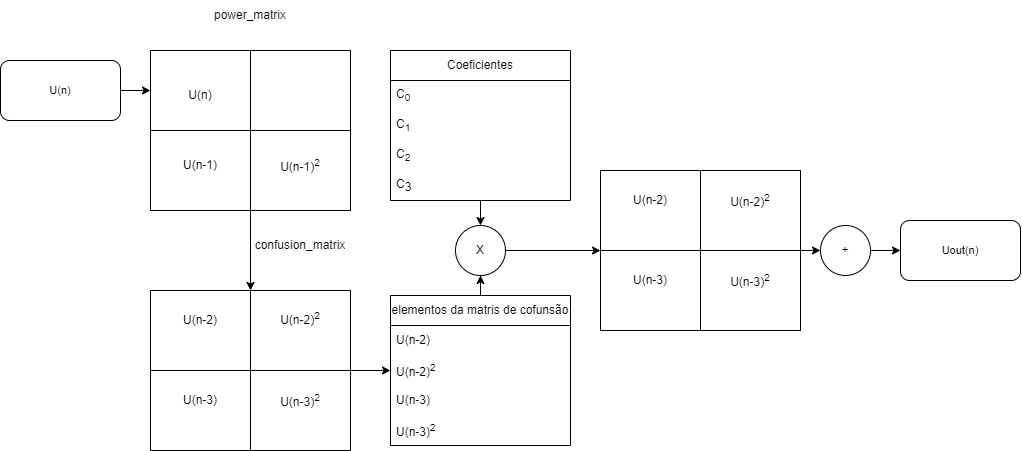
Earlier version of the draw.io export arquivos/TCC/TCC/Figuras/fluxo_de_calculo.png (Je-Leo-AS/Docs). Source tidied: cells renumbered, new cells last; positions are measured from the earlier drawing's top-left corner, leaving out a move shared by most shapes.
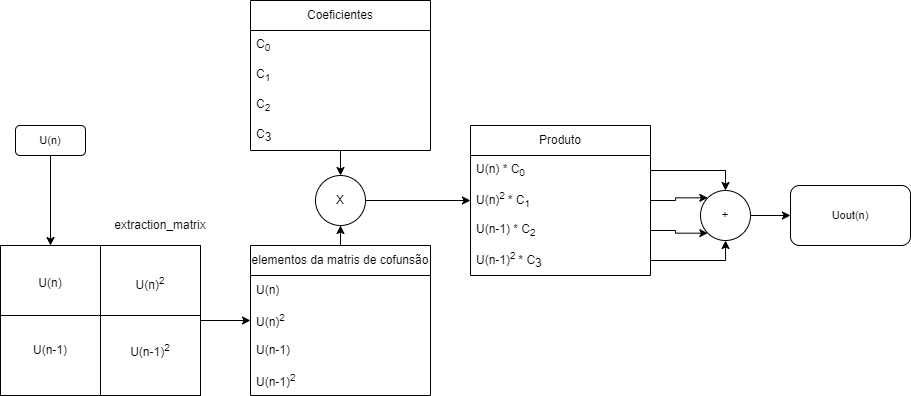
Above is the later version.

What changed in the source:
```diff
@@ -2,47 +2,29 @@
   <root>
     <mxCell id="0" />
     <mxCell id="1" parent="0" />
-    <mxCell id="2" style="edgeStyle=orthogonalEdgeStyle;rounded=0;jettySize=auto;html=1;exitX=0.5;exitY=1;exitDx=0;exitDy=0;entryX=0.5;entryY=0;entryDx=0;entryDy=0;" parent="1" edge="1" source="3" target="9">
-      <mxGeometry relative="1" as="geometry" />
-    </mxCell>
-    <mxCell id="3" style="shape=internalStorage;whiteSpace=wrap;html=1;backgroundOutline=1;dx=100;dy=80;" parent="1" vertex="1">
-      <mxGeometry x="150" y="50" width="200" height="160" as="geometry" />
-    </mxCell>
-    <mxCell id="4" value="U(n)" style="text;html=1;align=center;verticalAlign=middle;whiteSpace=wrap;rounded=0;" parent="1" vertex="1">
-      <mxGeometry x="170" y="80" width="60" height="30" as="geometry" />
-    </mxCell>
-    <mxCell id="5" value="U(n-1)" style="text;html=1;align=center;verticalAlign=middle;whiteSpace=wrap;rounded=0;" parent="1" vertex="1">
-      <mxGeometry x="170" y="150" width="60" height="30" as="geometry" />
-    </mxCell>
-    <mxCell id="6" value="U(n-1)&lt;sup&gt;2&lt;/sup&gt;" style="text;html=1;align=center;verticalAlign=middle;whiteSpace=wrap;rounded=0;" parent="1" vertex="1">
-      <mxGeometry x="270" y="150" width="60" height="30" as="geometry" />
-    </mxCell>
-    <mxCell id="7" value="power_matrix" style="text;html=1;align=center;verticalAlign=middle;whiteSpace=wrap;rounded=0;" parent="1" vertex="1">
-      <mxGeometry x="220" width="60" height="30" as="geometry" />
-    </mxCell>
-    <mxCell id="8" style="edgeStyle=orthogonalEdgeStyle;rounded=0;jettySize=auto;html=1;entryX=0;entryY=0.5;entryDx=0;entryDy=0;exitX=1;exitY=0.5;exitDx=0;exitDy=0;" parent="1" edge="1" source="9" target="19">
+    <mxCell id="8" style="edgeStyle=orthogonalEdgeStyle;rounded=0;jettySize=auto;html=1;" parent="1" edge="1" source="9" target="19">
       <mxGeometry relative="1" as="geometry" />
     </mxCell>
-    <mxCell id="9" style="shape=internalStorage;whiteSpace=wrap;html=1;backgroundOutline=1;dx=100;dy=80;" parent="1" vertex="1">
-      <mxGeometry x="150" y="290" width="200" height="160" as="geometry" />
+    <mxCell id="9" style="shape=internalStorage;whiteSpace=wrap;html=1;backgroundOutline=1;dx=100;dy=70;" parent="1" vertex="1">
+      <mxGeometry x="140" y="295" width="200" height="150" as="geometry" />
     </mxCell>
-    <mxCell id="10" value="confusion_matrix" style="text;html=1;align=center;verticalAlign=middle;whiteSpace=wrap;rounded=0;" parent="1" vertex="1">
-      <mxGeometry x="270" y="230" width="60" height="30" as="geometry" />
+    <mxCell id="10" value="extraction_matrix" style="text;html=1;align=center;verticalAlign=middle;whiteSpace=wrap;rounded=0;" parent="1" vertex="1">
+      <mxGeometry x="270" y="260" width="60" height="30" as="geometry" />
     </mxCell>
-    <mxCell id="11" value="U(n-2&lt;span style=&quot;background-color: initial;&quot;&gt;)&lt;/span&gt;" style="text;html=1;align=center;verticalAlign=middle;whiteSpace=wrap;rounded=0;" parent="1" vertex="1">
-      <mxGeometry x="170" y="305" width="60" height="30" as="geometry" />
+    <mxCell id="11" value="U(n&lt;span style=&quot;background-color: initial;&quot;&gt;)&lt;/span&gt;" style="text;html=1;align=center;verticalAlign=middle;whiteSpace=wrap;rounded=0;" parent="1" vertex="1">
+      <mxGeometry x="160" y="317.5" width="60" height="30" as="geometry" />
     </mxCell>
-    <mxCell id="12" value="U(n-2)&lt;sup&gt;2&lt;/sup&gt;" style="text;html=1;align=center;verticalAlign=middle;whiteSpace=wrap;rounded=0;" parent="1" vertex="1">
-      <mxGeometry x="270" y="305" width="60" height="25" as="geometry" />
+    <mxCell id="12" value="U(n)&lt;sup&gt;2&lt;/sup&gt;" style="text;html=1;align=center;verticalAlign=middle;whiteSpace=wrap;rounded=0;" parent="1" vertex="1">
+      <mxGeometry x="260" y="320" width="60" height="25" as="geometry" />
     </mxCell>
     <mxCell id="13" style="edgeStyle=orthogonalEdgeStyle;rounded=0;orthogonalLoop=1;jettySize=auto;html=1;exitX=0.5;exitY=1;exitDx=0;exitDy=0;" parent="1" edge="1" source="12" target="12">
       <mxGeometry relative="1" as="geometry" />
     </mxCell>
-    <mxCell id="14" value="U(n-3&lt;span style=&quot;background-color: initial;&quot;&gt;)&lt;/span&gt;" style="text;html=1;align=center;verticalAlign=middle;whiteSpace=wrap;rounded=0;" parent="1" vertex="1">
-      <mxGeometry x="170" y="385" width="60" height="30" as="geometry" />
+    <mxCell id="14" value="U(n-1&lt;span style=&quot;background-color: initial;&quot;&gt;)&lt;/span&gt;" style="text;html=1;align=center;verticalAlign=middle;whiteSpace=wrap;rounded=0;" parent="1" vertex="1">
+      <mxGeometry x="160" y="385" width="60" height="30" as="geometry" />
     </mxCell>
-    <mxCell id="15" value="U(n-3)&lt;sup&gt;2&lt;/sup&gt;" style="text;html=1;align=center;verticalAlign=middle;whiteSpace=wrap;rounded=0;" parent="1" vertex="1">
-      <mxGeometry x="270" y="385" width="60" height="30" as="geometry" />
+    <mxCell id="15" value="U(n-1&lt;span style=&quot;background-color: initial;&quot;&gt;)&lt;/span&gt;&lt;sup style=&quot;background-color: initial;&quot;&gt;2&lt;/sup&gt;" style="text;html=1;align=center;verticalAlign=middle;whiteSpace=wrap;rounded=0;" parent="1" vertex="1">
+      <mxGeometry x="260" y="385" width="60" height="30" as="geometry" />
     </mxCell>
     <mxCell id="16" style="edgeStyle=orthogonalEdgeStyle;rounded=0;jettySize=auto;html=1;exitX=0.5;exitY=0;exitDx=0;exitDy=0;" parent="1" edge="1" source="17" target="23">
       <mxGeometry relative="1" as="geometry" />
@@ -50,19 +32,19 @@
     <mxCell id="17" value="elementos da matris de cofunsão" style="swimlane;fontStyle=0;horizontal=1;startSize=30;whiteSpace=wrap;html=1;" parent="1" vertex="1">
       <mxGeometry x="390" y="295" width="180" height="150" as="geometry" />
     </mxCell>
-    <mxCell id="18" value="&lt;span style=&quot;text-align: center;&quot;&gt;U(n-2&lt;/span&gt;&lt;span style=&quot;text-align: center; background-color: initial;&quot;&gt;)&lt;/span&gt;" style="text;strokeColor=none;fillColor=none;align=left;verticalAlign=middle;spacingLeft=4;spacingRight=4;overflow=hidden;whiteSpace=wrap;html=1;" parent="17" vertex="1">
+    <mxCell id="18" value="&lt;span style=&quot;text-align: center;&quot;&gt;U(n&lt;/span&gt;&lt;span style=&quot;text-align: center; background-color: initial;&quot;&gt;)&lt;/span&gt;" style="text;strokeColor=none;fillColor=none;align=left;verticalAlign=middle;spacingLeft=4;spacingRight=4;overflow=hidden;whiteSpace=wrap;html=1;" parent="17" vertex="1">
       <mxGeometry y="30" width="180" height="30" as="geometry" />
     </mxCell>
-    <mxCell id="19" value="&lt;span style=&quot;text-align: center;&quot;&gt;U(n-2)&lt;/span&gt;&lt;sup style=&quot;text-align: center;&quot;&gt;2&lt;/sup&gt;" style="text;strokeColor=none;fillColor=none;align=left;verticalAlign=middle;spacingLeft=4;spacingRight=4;overflow=hidden;points=[[0,0.5],[1,0.5]];portConstraint=eastwest;whiteSpace=wrap;html=1;" parent="17" vertex="1">
+    <mxCell id="19" value="&lt;span style=&quot;text-align: center;&quot;&gt;U(n)&lt;/span&gt;&lt;sup style=&quot;text-align: center;&quot;&gt;2&lt;/sup&gt;" style="text;strokeColor=none;fillColor=none;align=left;verticalAlign=middle;spacingLeft=4;spacingRight=4;overflow=hidden;points=[[0,0.5],[1,0.5]];portConstraint=eastwest;whiteSpace=wrap;html=1;" parent="17" vertex="1">
       <mxGeometry y="60" width="180" height="30" as="geometry" />
     </mxCell>
-    <mxCell id="20" value="&lt;span style=&quot;text-align: center;&quot;&gt;U(n-3&lt;/span&gt;&lt;span style=&quot;text-align: center; background-color: initial;&quot;&gt;)&lt;/span&gt;" style="text;strokeColor=none;fillColor=none;align=left;verticalAlign=middle;spacingLeft=4;spacingRight=4;overflow=hidden;whiteSpace=wrap;html=1;" parent="17" vertex="1">
+    <mxCell id="20" value="&lt;span style=&quot;text-align: center;&quot;&gt;U(n-1&lt;/span&gt;&lt;span style=&quot;text-align: center; background-color: initial;&quot;&gt;)&lt;/span&gt;" style="text;strokeColor=none;fillColor=none;align=left;verticalAlign=middle;spacingLeft=4;spacingRight=4;overflow=hidden;whiteSpace=wrap;html=1;" parent="17" vertex="1">
       <mxGeometry y="90" width="180" height="30" as="geometry" />
     </mxCell>
-    <mxCell id="21" value="&lt;span style=&quot;text-align: center;&quot;&gt;U(n-3)&lt;/span&gt;&lt;sup style=&quot;text-align: center;&quot;&gt;2&lt;/sup&gt;" style="text;strokeColor=none;fillColor=none;align=left;verticalAlign=middle;spacingLeft=4;spacingRight=4;overflow=hidden;whiteSpace=wrap;html=1;" parent="17" vertex="1">
+    <mxCell id="21" value="&lt;span style=&quot;text-align: center;&quot;&gt;U(n-1)&lt;/span&gt;&lt;sup style=&quot;text-align: center;&quot;&gt;2&lt;/sup&gt;" style="text;strokeColor=none;fillColor=none;align=left;verticalAlign=middle;spacingLeft=4;spacingRight=4;overflow=hidden;whiteSpace=wrap;html=1;" parent="17" vertex="1">
       <mxGeometry y="120" width="180" height="30" as="geometry" />
     </mxCell>
-    <mxCell id="22" style="edgeStyle=orthogonalEdgeStyle;rounded=0;jettySize=auto;html=1;entryX=0;entryY=0.5;entryDx=0;entryDy=0;" parent="1" edge="1" source="23" target="31">
+    <mxCell id="22" style="edgeStyle=orthogonalEdgeStyle;rounded=0;jettySize=auto;html=1;entryX=0;entryY=0.5;entryDx=0;entryDy=0;" parent="1" edge="1" source="23" target="45">
       <mxGeometry relative="1" as="geometry" />
     </mxCell>
     <mxCell id="23" value="X" style="ellipse;whiteSpace=wrap;html=1;" parent="1" vertex="1">
@@ -86,41 +68,47 @@
     <mxCell id="29" value="&lt;div style=&quot;text-align: center;&quot;&gt;C&lt;span style=&quot;vertical-align: sub; background-color: initial;&quot;&gt;3&lt;/span&gt;&lt;/div&gt;" style="text;strokeColor=none;fillColor=none;align=left;verticalAlign=middle;spacingLeft=4;spacingRight=4;overflow=hidden;whiteSpace=wrap;html=1;" parent="25" vertex="1">
       <mxGeometry y="120" width="180" height="30" as="geometry" />
     </mxCell>
-    <mxCell id="30" style="edgeStyle=orthogonalEdgeStyle;shape=connector;rounded=0;jettySize=auto;html=1;exitX=1;exitY=0.5;exitDx=0;exitDy=0;entryX=0;entryY=0.5;entryDx=0;entryDy=0;strokeColor=default;align=center;verticalAlign=middle;fontFamily=Helvetica;fontSize=11;fontColor=default;labelBackgroundColor=default;endArrow=classic;" parent="1" edge="1" source="31" target="38">
-      <mxGeometry relative="1" as="geometry" />
-    </mxCell>
-    <mxCell id="31" style="shape=internalStorage;whiteSpace=wrap;html=1;backgroundOutline=1;dx=100;dy=80;" parent="1" vertex="1">
-      <mxGeometry x="600" y="170" width="200" height="160" as="geometry" />
-    </mxCell>
-    <mxCell id="32" value="U(n-2&lt;span style=&quot;background-color: initial;&quot;&gt;)&lt;/span&gt;" style="text;html=1;align=center;verticalAlign=middle;whiteSpace=wrap;rounded=0;" parent="1" vertex="1">
-      <mxGeometry x="620" y="185" width="60" height="30" as="geometry" />
-    </mxCell>
-    <mxCell id="33" value="U(n-2)&lt;sup&gt;2&lt;/sup&gt;" style="text;html=1;align=center;verticalAlign=middle;whiteSpace=wrap;rounded=0;" parent="1" vertex="1">
-      <mxGeometry x="720" y="185" width="60" height="30" as="geometry" />
-    </mxCell>
-    <mxCell id="34" style="edgeStyle=orthogonalEdgeStyle;rounded=0;orthogonalLoop=1;jettySize=auto;html=1;exitX=0.5;exitY=1;exitDx=0;exitDy=0;" parent="1" edge="1" source="33" target="33">
-      <mxGeometry relative="1" as="geometry" />
-    </mxCell>
-    <mxCell id="35" value="U(n-3&lt;span style=&quot;background-color: initial;&quot;&gt;)&lt;/span&gt;" style="text;html=1;align=center;verticalAlign=middle;whiteSpace=wrap;rounded=0;" parent="1" vertex="1">
-      <mxGeometry x="620" y="265" width="60" height="30" as="geometry" />
-    </mxCell>
-    <mxCell id="36" value="U(n-3)&lt;sup&gt;2&lt;/sup&gt;" style="text;html=1;align=center;verticalAlign=middle;whiteSpace=wrap;rounded=0;" parent="1" vertex="1">
-      <mxGeometry x="720" y="265" width="60" height="30" as="geometry" />
-    </mxCell>
     <mxCell id="37" style="edgeStyle=orthogonalEdgeStyle;shape=connector;rounded=0;jettySize=auto;html=1;entryX=0;entryY=0.5;entryDx=0;entryDy=0;strokeColor=default;align=center;verticalAlign=middle;fontFamily=Helvetica;fontSize=11;fontColor=default;labelBackgroundColor=default;endArrow=classic;" parent="1" edge="1" source="38" target="41">
       <mxGeometry relative="1" as="geometry" />
     </mxCell>
     <mxCell id="38" value="+" style="ellipse;whiteSpace=wrap;html=1;" parent="1" vertex="1">
-      <mxGeometry x="820" y="225" width="50" height="50" as="geometry" />
+      <mxGeometry x="840" y="240" width="50" height="50" as="geometry" />
     </mxCell>
-    <mxCell id="39" style="edgeStyle=orthogonalEdgeStyle;shape=connector;rounded=0;jettySize=auto;html=1;entryX=0;entryY=0.25;entryDx=0;entryDy=0;strokeColor=default;align=center;verticalAlign=middle;fontFamily=Helvetica;fontSize=11;fontColor=default;labelBackgroundColor=default;endArrow=classic;" parent="1" edge="1" source="40" target="3">
-      <mxGeometry relative="1" as="geometry" />
-    </mxCell>
+    <mxCell id="42" style="edgeStyle=orthogonalEdgeStyle;rounded=0;jettySize=auto;html=1;entryX=0.25;entryY=0;entryDx=0;entryDy=0;" parent="1" edge="1" source="40" target="9">
+      <mxGeometry relative="1" as="geometry" />
+    </mxCell>
     <mxCell id="40" value="U(n)" style="rounded=1;whiteSpace=wrap;html=1;fontFamily=Helvetica;fontSize=11;fontColor=default;labelBackgroundColor=default;" parent="1" vertex="1">
-      <mxGeometry y="60" width="120" height="60" as="geometry" />
+      <mxGeometry x="155" y="175" width="70" height="30" as="geometry" />
     </mxCell>
     <mxCell id="41" value="Uout(n)" style="rounded=1;whiteSpace=wrap;html=1;fontFamily=Helvetica;fontSize=11;fontColor=default;labelBackgroundColor=default;" parent="1" vertex="1">
-      <mxGeometry x="900" y="220" width="120" height="60" as="geometry" />
+      <mxGeometry x="930" y="235" width="120" height="60" as="geometry" />
     </mxCell>
+    <mxCell id="43" value="Produto" style="swimlane;fontStyle=0;horizontal=1;startSize=30;whiteSpace=wrap;html=1;" parent="1" vertex="1">
+      <mxGeometry x="610" y="175" width="180" height="150" as="geometry" />
+    </mxCell>
+    <mxCell id="44" value="&lt;div style=&quot;text-align: center;&quot;&gt;U(n) * C&lt;sub&gt;0&amp;nbsp;&lt;/sub&gt;&lt;/div&gt;" style="text;strokeColor=none;fillColor=none;align=left;verticalAlign=middle;spacingLeft=4;spacingRight=4;overflow=hidden;points=[[0,0.5],[1,0.5]];portConstraint=eastwest;whiteSpace=wrap;html=1;" parent="43" vertex="1">
+      <mxGeometry y="30" width="180" height="30" as="geometry" />
+    </mxCell>
+    <mxCell id="45" value="&lt;span style=&quot;text-align: center;&quot;&gt;U(n)&lt;/span&gt;&lt;sup style=&quot;text-align: center;&quot;&gt;2&amp;nbsp;&lt;/sup&gt;&lt;span style=&quot;text-align: center;&quot;&gt;*&amp;nbsp;&lt;/span&gt;&lt;span style=&quot;text-align: center;&quot;&gt;C&lt;/span&gt;&lt;sub style=&quot;text-align: center;&quot;&gt;1&lt;/sub&gt;" style="text;strokeColor=none;fillColor=none;align=left;verticalAlign=middle;spacingLeft=4;spacingRight=4;overflow=hidden;points=[[0,0.5],[1,0.5]];portConstraint=eastwest;whiteSpace=wrap;html=1;" parent="43" vertex="1">
+      <mxGeometry y="60" width="180" height="30" as="geometry" />
+    </mxCell>
+    <mxCell id="46" value="&lt;span style=&quot;text-align: center;&quot;&gt;U(n-1&lt;/span&gt;&lt;span style=&quot;background-color: initial; text-align: center;&quot;&gt;)&amp;nbsp;&lt;/span&gt;&lt;span style=&quot;text-align: center;&quot;&gt;* C&lt;/span&gt;&lt;sub style=&quot;text-align: center;&quot;&gt;2&lt;/sub&gt;" style="text;strokeColor=none;fillColor=none;align=left;verticalAlign=middle;spacingLeft=4;spacingRight=4;overflow=hidden;points=[[0,0.5],[1,0.5]];portConstraint=eastwest;whiteSpace=wrap;html=1;" parent="43" vertex="1">
+      <mxGeometry y="90" width="180" height="30" as="geometry" />
+    </mxCell>
+    <mxCell id="47" value="&lt;div style=&quot;text-align: center;&quot;&gt;&lt;span style=&quot;background-color: initial;&quot;&gt;U(n-1)&lt;/span&gt;&lt;sup style=&quot;background-color: initial;&quot;&gt;2&amp;nbsp;&lt;/sup&gt;&lt;span style=&quot;background-color: initial;&quot;&gt;*&amp;nbsp;&lt;/span&gt;C&lt;span style=&quot;vertical-align: sub; background-color: initial;&quot;&gt;3&lt;/span&gt;&lt;/div&gt;" style="text;strokeColor=none;fillColor=none;align=left;verticalAlign=middle;spacingLeft=4;spacingRight=4;overflow=hidden;points=[[0,0.5],[1,0.5]];portConstraint=eastwest;whiteSpace=wrap;html=1;" parent="43" vertex="1">
+      <mxGeometry y="120" width="180" height="30" as="geometry" />
+    </mxCell>
+    <mxCell id="48" style="edgeStyle=orthogonalEdgeStyle;rounded=0;jettySize=auto;html=1;entryX=0.5;entryY=0;entryDx=0;entryDy=0;" parent="1" edge="1" source="44" target="38">
+      <mxGeometry relative="1" as="geometry" />
+    </mxCell>
+    <mxCell id="49" style="edgeStyle=orthogonalEdgeStyle;rounded=0;jettySize=auto;html=1;entryX=0;entryY=1;entryDx=0;entryDy=0;" parent="1" edge="1" source="46" target="38">
+      <mxGeometry relative="1" as="geometry" />
+    </mxCell>
+    <mxCell id="50" style="edgeStyle=orthogonalEdgeStyle;rounded=0;jettySize=auto;html=1;entryX=0.5;entryY=1;entryDx=0;entryDy=0;" parent="1" edge="1" source="47" target="38">
+      <mxGeometry relative="1" as="geometry" />
+    </mxCell>
+    <mxCell id="51" style="edgeStyle=orthogonalEdgeStyle;rounded=0;jettySize=auto;html=1;entryX=0;entryY=0;entryDx=0;entryDy=0;" parent="1" edge="1" source="45" target="38">
+      <mxGeometry relative="1" as="geometry" />
+    </mxCell>
   </root>
 </mxGraphModel>
```
